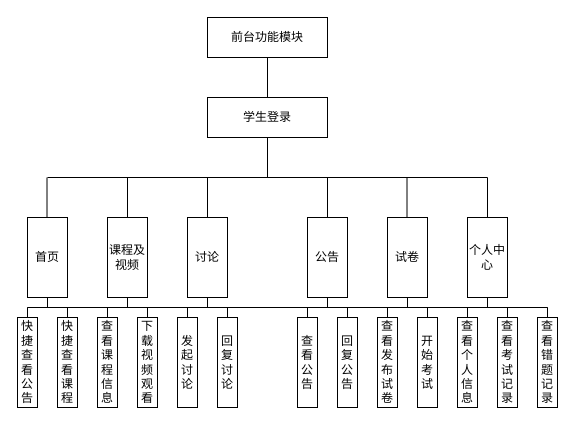
outeddy/silver keeps this draw.io diagram as page "第 2 页" (2 of 2) of 未命名绘图.drawio. Above is the earlier version. Source tidied: cells renumbered, new cells numbered last; positions are measured from the earlier drawing's top-left corner, leaving out a move shared by most shapes. Both pictures are drawn from the tidied source at 100%, with x=0, y=0 at pixel (17, 17).
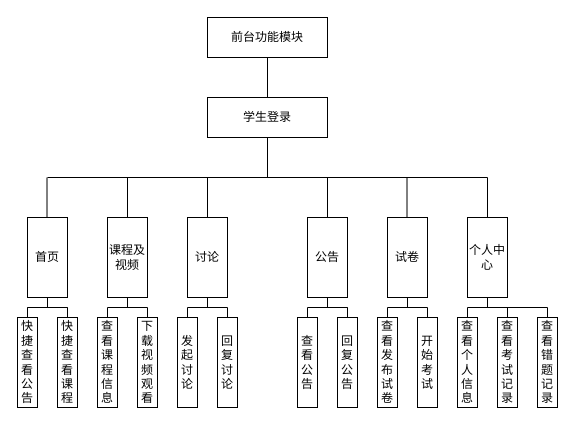
The same diagram, later.

Diff of the diagram source:
```diff
@@
     <mxCell id="32" style="endArrow=none;html=1;rounded=0;" parent="1" edge="1">
       <mxGeometry relative="1" as="geometry">
         <mxPoint x="10" y="290" as="sourcePoint" />
-        <mxPoint x="530" y="290" as="targetPoint" />
+        <mxPoint x="50" y="290" as="targetPoint" />
       </mxGeometry>
     </mxCell>
@@
     <mxCell id="43" style="endArrow=none;html=1;rounded=0;" parent="1" edge="1">
       <mxGeometry relative="1" as="geometry">
         <mxPoint x="10" y="290" as="sourcePoint" />
-        <mxPoint x="530" y="290" as="targetPoint" />
+        <mxPoint x="50" y="290" as="targetPoint" />
       </mxGeometry>
     </mxCell>
@@
+    <mxCell id="53" style="endArrow=none;html=1;rounded=0;" parent="1" edge="1">
+      <mxGeometry relative="1" as="geometry">
+        <mxPoint x="90" y="290" as="sourcePoint" />
+        <mxPoint x="130" y="290" as="targetPoint" />
+      </mxGeometry>
+    </mxCell>
+    <mxCell id="54" style="endArrow=none;html=1;rounded=0;" parent="1" edge="1">
+      <mxGeometry relative="1" as="geometry">
+        <mxPoint x="170" y="290" as="sourcePoint" />
+        <mxPoint x="210" y="290" as="targetPoint" />
+      </mxGeometry>
+    </mxCell>
+    <mxCell id="55" style="endArrow=none;html=1;rounded=0;" parent="1" edge="1">
+      <mxGeometry relative="1" as="geometry">
+        <mxPoint x="290" y="290" as="sourcePoint" />
+        <mxPoint x="330" y="290" as="targetPoint" />
+      </mxGeometry>
+    </mxCell>
+    <mxCell id="56" style="endArrow=none;html=1;rounded=0;" parent="1" edge="1">
+      <mxGeometry relative="1" as="geometry">
+        <mxPoint x="370" y="290" as="sourcePoint" />
+        <mxPoint x="410" y="290" as="targetPoint" />
+      </mxGeometry>
+    </mxCell>
+    <mxCell id="57" style="endArrow=none;html=1;rounded=0;" parent="1" edge="1">
+      <mxGeometry relative="1" as="geometry">
+        <mxPoint x="450" y="290" as="sourcePoint" />
+        <mxPoint x="530" y="290" as="targetPoint" />
+      </mxGeometry>
+    </mxCell>
```
